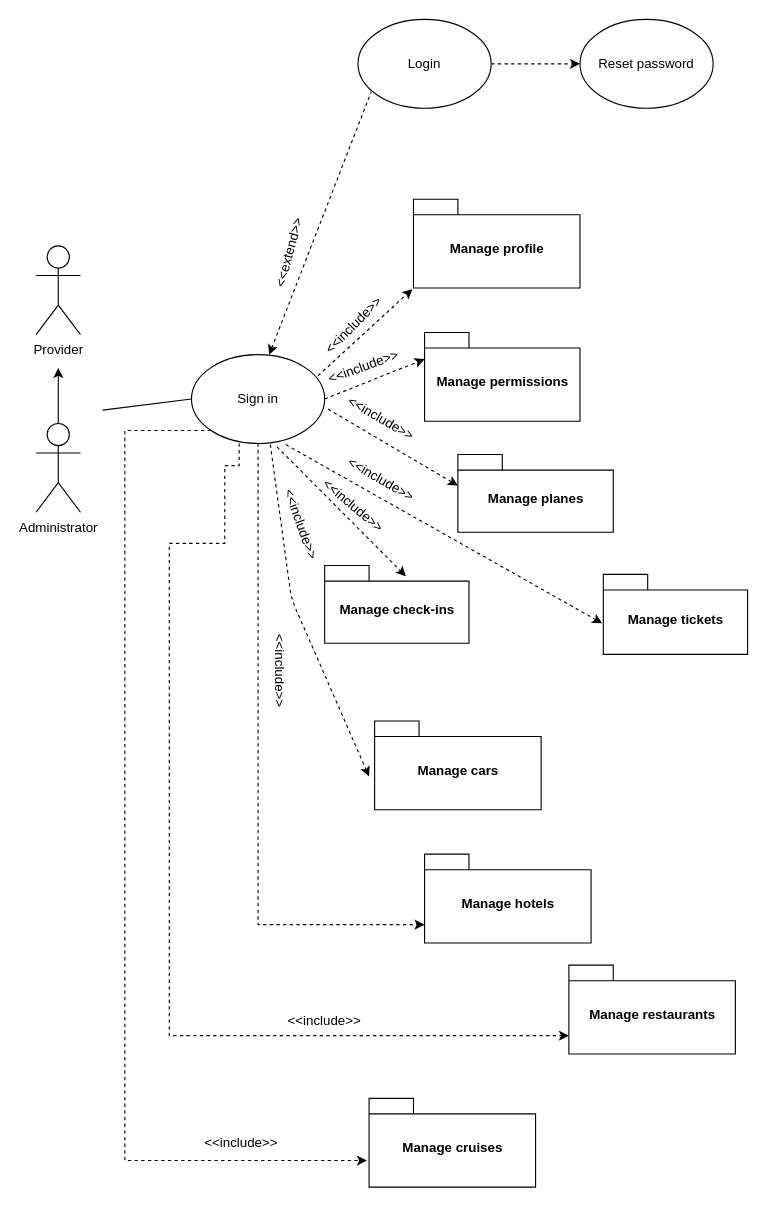
This is Vacanze use cases.drawio from NeutronBlast/IS-Ex, a draw.io file, before an edit. Source tidied: cells renumbered, new cells numbered last; positions are measured from the earlier drawing's top-left corner, leaving out a move shared by most shapes. Both pictures are drawn from the tidied source at 111%, with x=0, y=0 at pixel (36, 19).
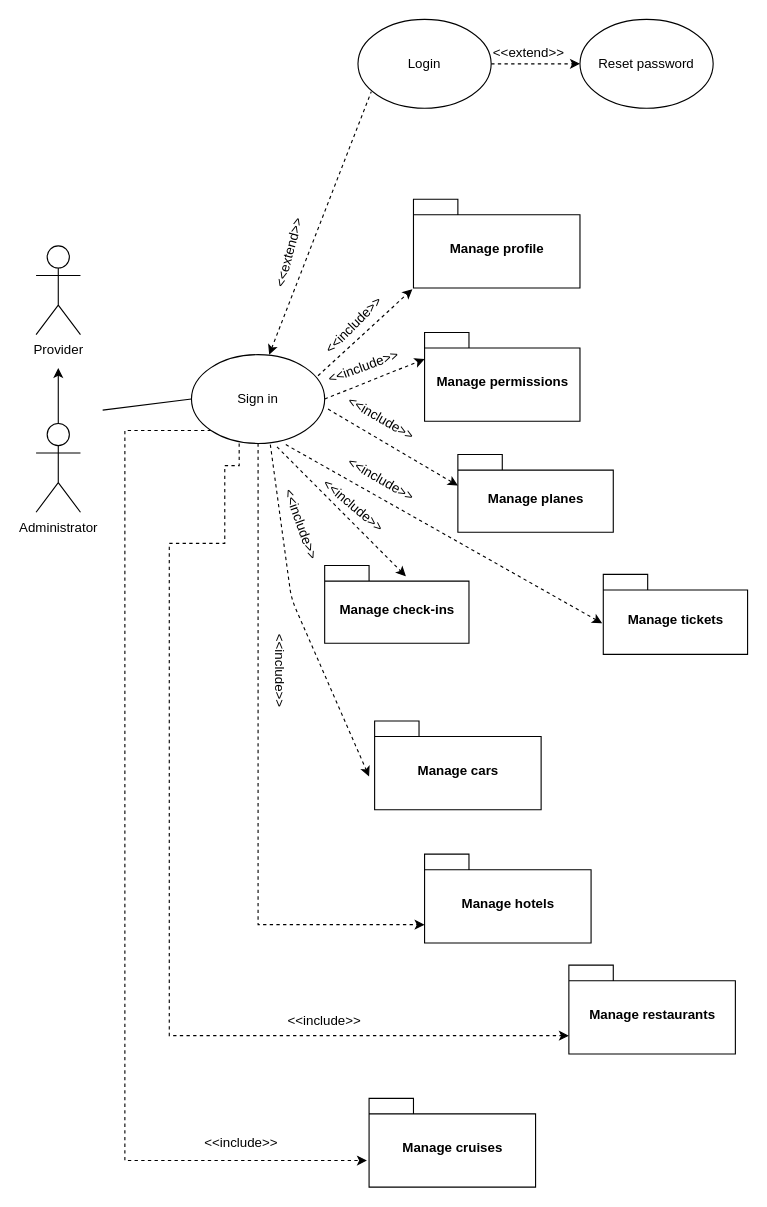
The same page after the edit.

What changed in the source:
```diff
@@
+    <mxCell id="41" value="&amp;lt;&amp;lt;extend&amp;gt;&amp;gt;" style="text;html=1;align=left;verticalAlign=top;spacingTop=-4;rotation=0;" parent="1" vertex="1">
+      <mxGeometry x="410" y="20" width="80" height="20" as="geometry" />
+    </mxCell>
```
